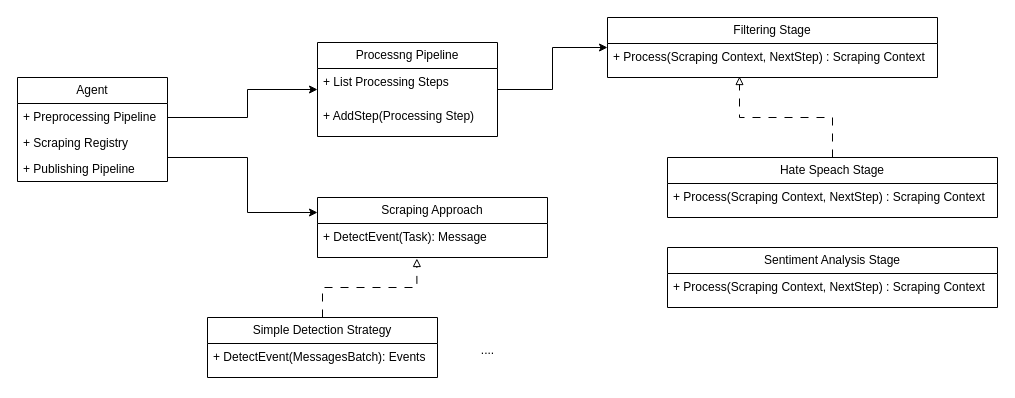
Earlier version of the draw.io diagram page "scraper pattern" (12 of 14) of System Design/System Architecture.drawio (HasanKhadd0ur/GPDocs). Source tidied: cells renumbered, new cells numbered last; positions are measured from the earlier drawing's top-left corner, leaving out a move shared by most shapes. Both pictures are drawn from the tidied source at 100%, with x=0, y=0 at pixel (17, 17).
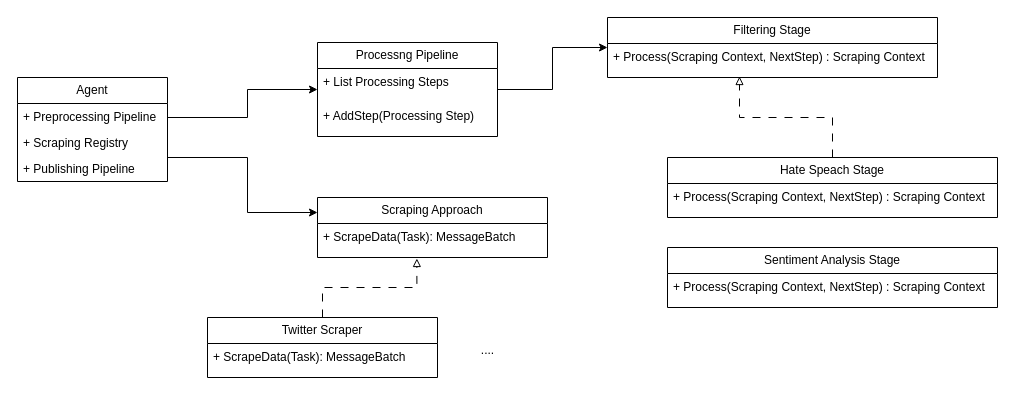
Above is the later version.

The change refers to these unchanged cells:
```xml
<mxCell id="13" value="Scraping Approach" style="swimlane;fontStyle=0;horizontal=1;startSize=26;fillColor=none;whiteSpace=wrap;html=1;" parent="1" vertex="1">
  <mxGeometry x="300" y="180" width="230" height="60" as="geometry" />
</mxCell>
```

The edit, as a diff of the source:
```diff
@@
-    <mxCell id="14" value="+ DetectEvent(Task): Message" style="text;strokeColor=none;fillColor=none;align=left;verticalAlign=top;spacingLeft=4;spacingRight=4;overflow=hidden;points=[[0,0.5],[1,0.5]];portConstraint=eastwest;whiteSpace=wrap;html=1;" parent="13" vertex="1">
+    <mxCell id="14" value="+ ScrapeData(Task): MessageBatch" style="text;strokeColor=none;fillColor=none;align=left;verticalAlign=top;spacingLeft=4;spacingRight=4;overflow=hidden;points=[[0,0.5],[1,0.5]];portConstraint=eastwest;whiteSpace=wrap;html=1;" parent="13" vertex="1">
       <mxGeometry y="26" width="230" height="34" as="geometry" />
     </mxCell>
@@
-    <mxCell id="16" value="Simple Detection Strategy" style="swimlane;fontStyle=0;horizontal=1;startSize=26;fillColor=none;whiteSpace=wrap;html=1;" parent="1" vertex="1">
+    <mxCell id="16" value="Twitter Scraper" style="swimlane;fontStyle=0;horizontal=1;startSize=26;fillColor=none;whiteSpace=wrap;html=1;" parent="1" vertex="1">
       <mxGeometry x="190" y="300" width="230" height="60" as="geometry" />
     </mxCell>
-    <mxCell id="17" value="+ DetectEvent(MessagesBatch): Events" style="text;strokeColor=none;fillColor=none;align=left;verticalAlign=top;spacingLeft=4;spacingRight=4;overflow=hidden;whiteSpace=wrap;html=1;" parent="16" vertex="1">
+    <mxCell id="17" value="+ ScrapeData(Task): MessageBatch" style="text;strokeColor=none;fillColor=none;align=left;verticalAlign=top;spacingLeft=4;spacingRight=4;overflow=hidden;whiteSpace=wrap;html=1;" parent="16" vertex="1">
       <mxGeometry y="26" width="230" height="34" as="geometry" />
     </mxCell>
```
